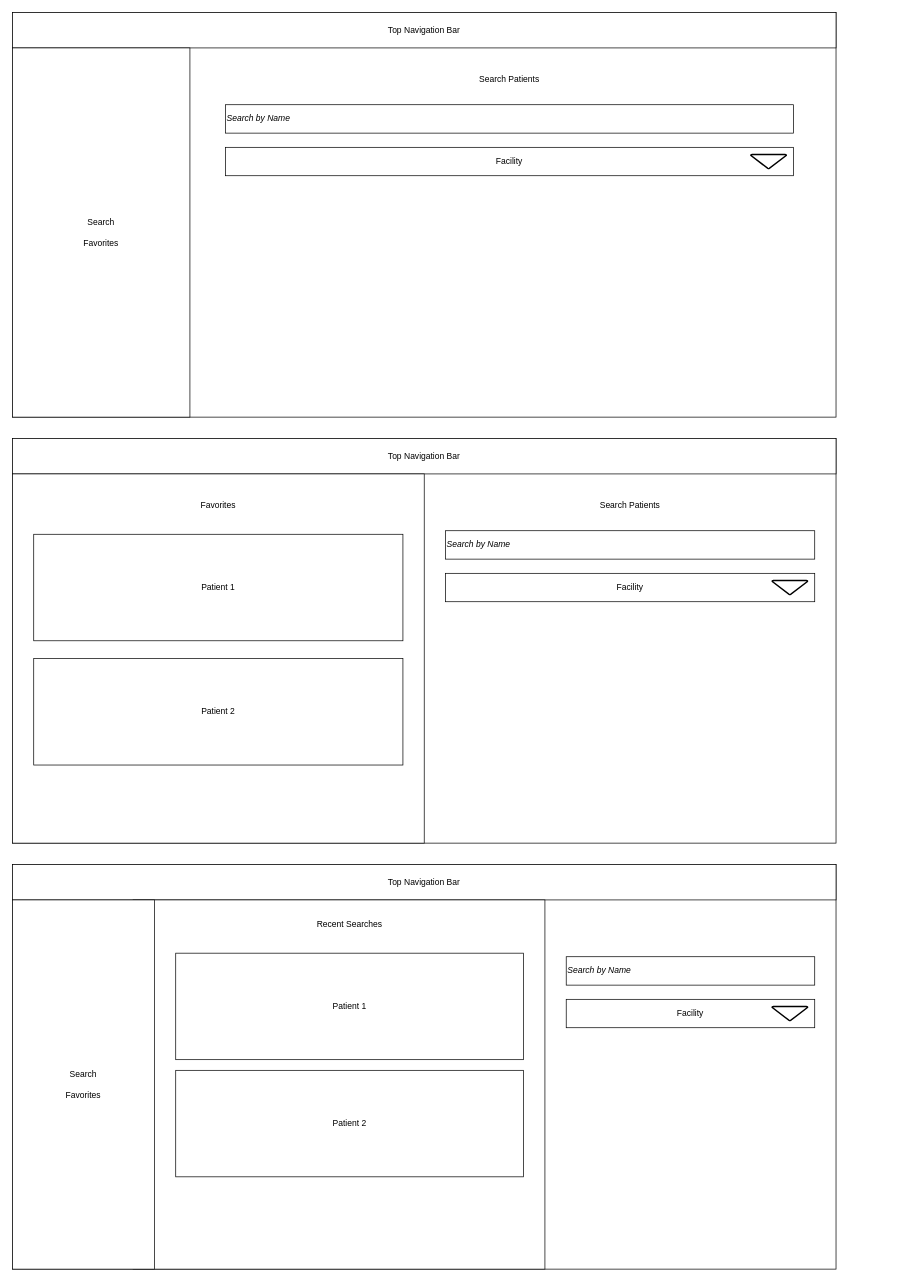
empty-works/plain-emrs-no-fw keeps this draw.io diagram as diagrams/PatientsJSP.drawio. Above is the earlier version. Source tidied: cells renumbered, new cells numbered last; positions are measured from the earlier drawing's top-left corner, leaving out a move shared by most shapes. Both pictures are drawn from the tidied source at 71%, with x=0, y=0 at pixel (12, 12).
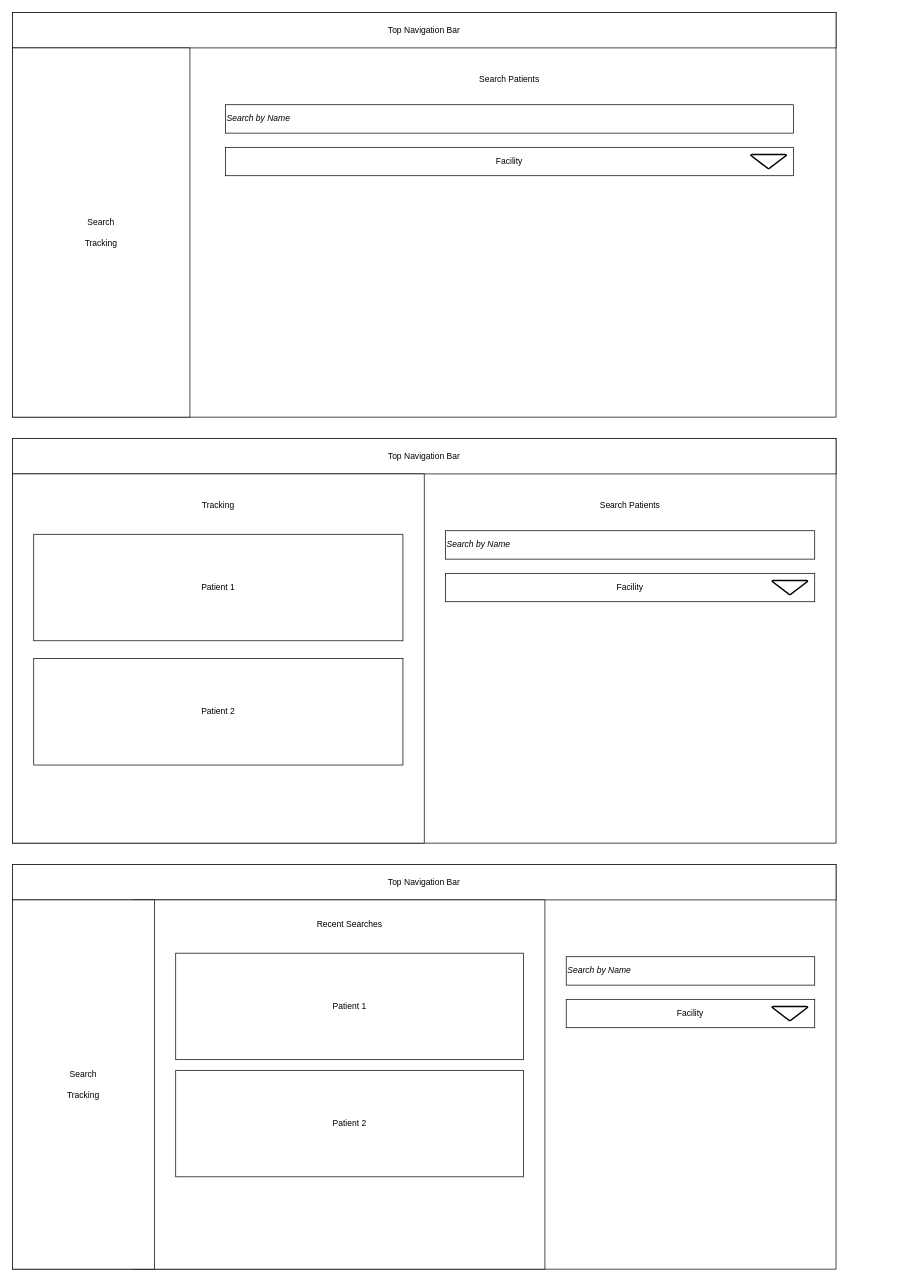
Above is the later version.

Commit message:
Changed some of the naming to be more precise.

Change to the diagram source:
```diff
@@
-    <mxCell id="8" value="&lt;div&gt;Search&lt;/div&gt;&lt;div&gt;&lt;br&gt;&lt;/div&gt;&lt;div&gt;Favorites&lt;br&gt;&lt;/div&gt;" style="rounded=0;whiteSpace=wrap;html=1;" parent="1" vertex="1">
+    <mxCell id="8" value="&lt;div&gt;Search&lt;/div&gt;&lt;div&gt;&lt;br&gt;&lt;/div&gt;&lt;div&gt;Tracking&lt;br&gt;&lt;/div&gt;" style="rounded=0;whiteSpace=wrap;html=1;" parent="1" vertex="1">
       <mxGeometry y="50" width="250" height="520" as="geometry" />
     </mxCell>
@@
-    <mxCell id="16" value="Favorites" style="text;html=1;strokeColor=none;fillColor=none;align=center;verticalAlign=middle;whiteSpace=wrap;rounded=0;" parent="1" vertex="1">
+    <mxCell id="16" value="Tracking" style="text;html=1;strokeColor=none;fillColor=none;align=center;verticalAlign=middle;whiteSpace=wrap;rounded=0;" parent="1" vertex="1">
       <mxGeometry x="10" y="680" width="560" height="30" as="geometry" />
     </mxCell>
@@
-    <mxCell id="28" value="&lt;div&gt;Search&lt;/div&gt;&lt;div&gt;&lt;br&gt;&lt;/div&gt;&lt;div&gt;Favorites&lt;br&gt;&lt;/div&gt;" style="rounded=0;whiteSpace=wrap;html=1;" parent="1" vertex="1">
+    <mxCell id="28" value="&lt;div&gt;Search&lt;/div&gt;&lt;div&gt;&lt;br&gt;&lt;/div&gt;&lt;div&gt;Tracking&lt;br&gt;&lt;/div&gt;" style="rounded=0;whiteSpace=wrap;html=1;" parent="1" vertex="1">
       <mxGeometry y="1250" width="200" height="520" as="geometry" />
     </mxCell>
```
